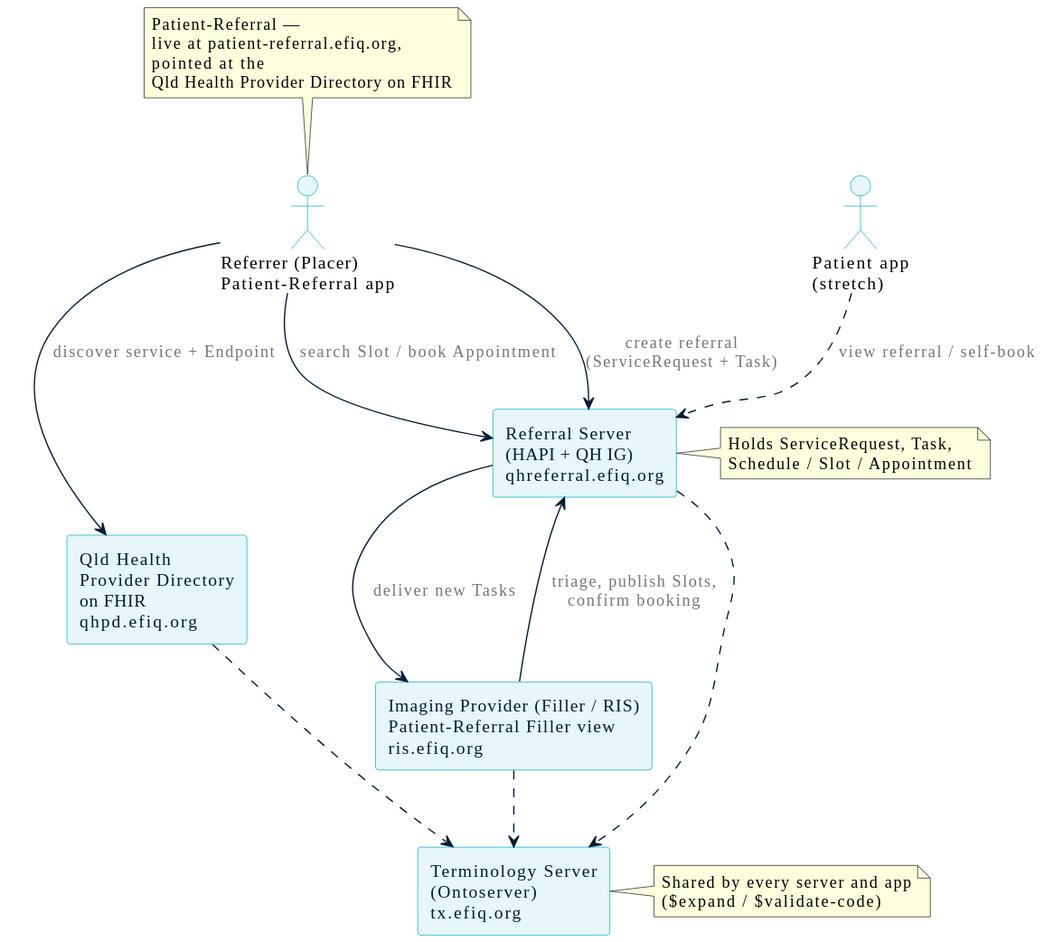
Above: 2026-10-29/2-FHIR-For-Services/slides/diagrams/architecture.svg in aehrc/qh-connectathon (PlantUML), before the change.
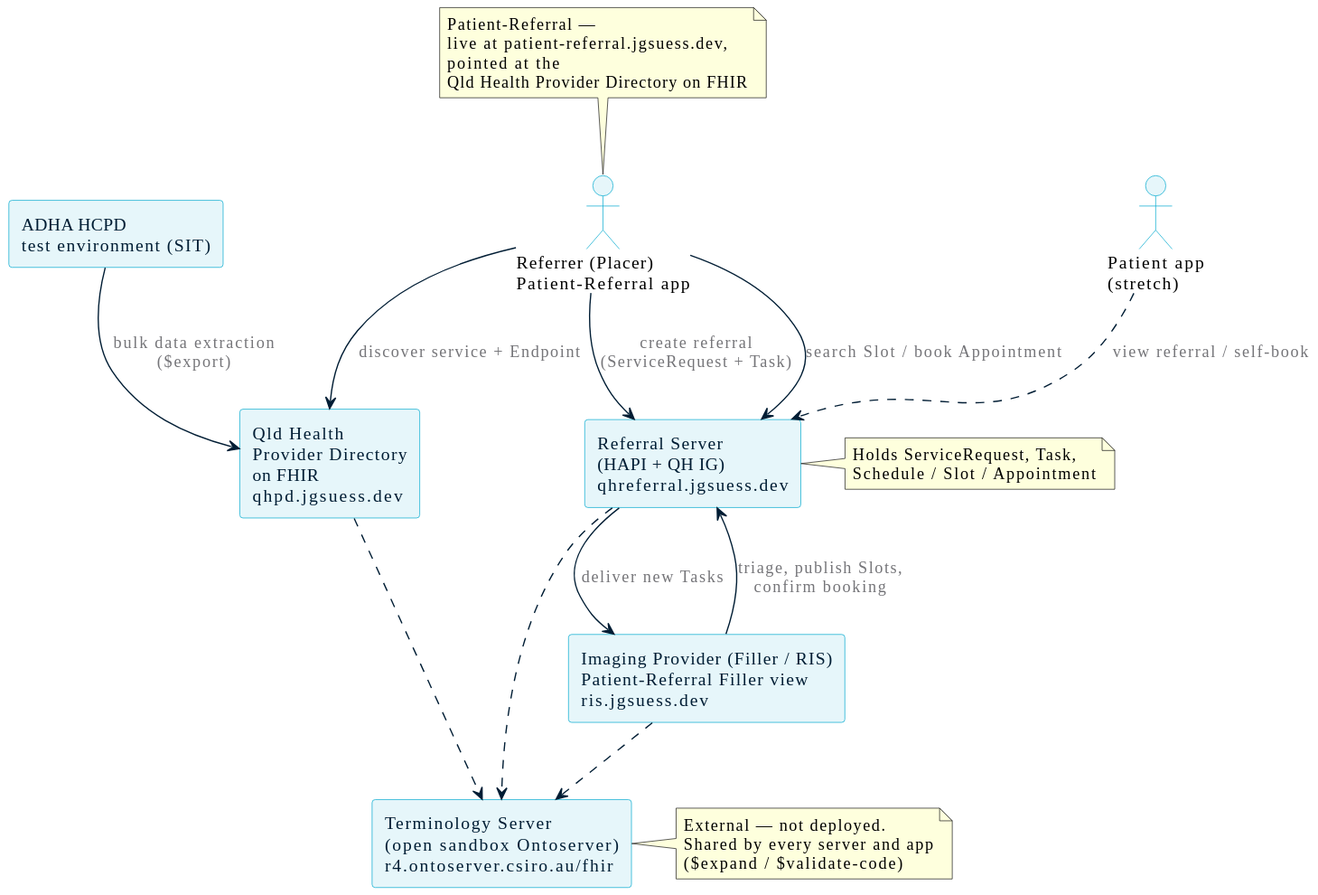
After the commit.

Diff of the diagram source:
```diff
@@ -16,12 +16,14 @@
 skinparam ArrowFontColor #757579
 
 actor "Referrer (Placer)\nPatient-Referral app" as R
-component "Qld Health\nProvider Directory\non FHIR\nqhpd.efiq.org" as D
-component "Referral Server\n(HAPI + QH IG)\nqhreferral.efiq.org" as S
-component "Imaging Provider (Filler / RIS)\nPatient-Referral Filler view\nris.efiq.org" as F
+component "Qld Health\nProvider Directory\non FHIR\nqhpd.jgsuess.dev" as D
+component "ADHA HCPD\ntest environment (SIT)" as H
+component "Referral Server\n(HAPI + QH IG)\nqhreferral.jgsuess.dev" as S
+component "Imaging Provider (Filler / RIS)\nPatient-Referral Filler view\nris.jgsuess.dev" as F
 actor "Patient app\n(stretch)" as P
-component "Terminology Server\n(Ontoserver)\ntx.efiq.org" as T
+component "Terminology Server\n(open sandbox Ontoserver)\nr4.ontoserver.csiro.au/fhir" as T
 
+H --> D : bulk data extraction\n($export)
 R --> D : discover service + Endpoint
 R --> S : create referral\n(ServiceRequest + Task)
 R --> S : search Slot / book Appointment
@@ -34,6 +36,7 @@
 F ..> T
 
 note right of T
+  External — not deployed.
   Shared by every server and app
   ($expand / $validate-code)
 end note
@@ -45,7 +48,7 @@
 
 note top of R
   Patient-Referral —
-  live at patient-referral.efiq.org,
+  live at patient-referral.jgsuess.dev,
   pointed at the
   Qld Health Provider Directory on FHIR
 end note
```
